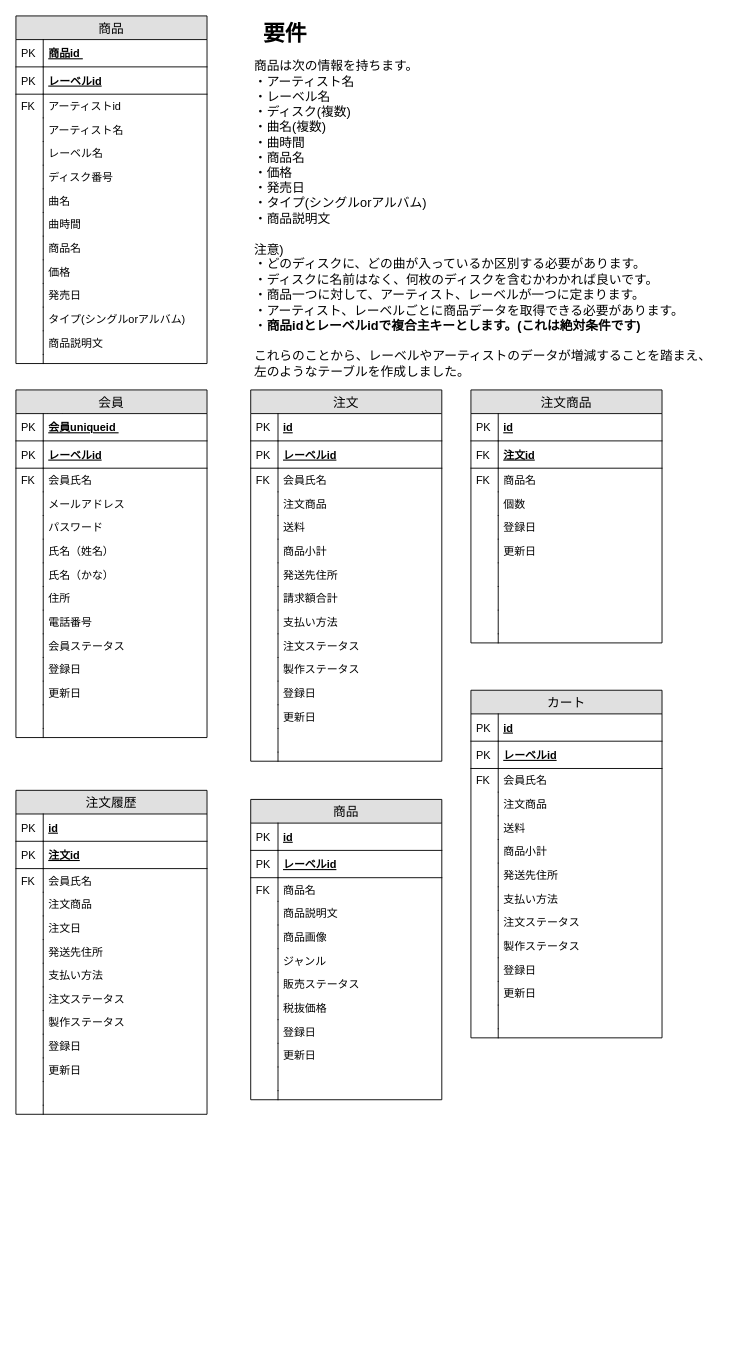
Earlier version of the draw.io diagram page "データ要件_非正規形" (1 of 4) of ER図.drawio (tibisaki67/ECsite). Source tidied: cells renumbered, new cells numbered last; positions are measured from the earlier drawing's top-left corner, leaving out a move shared by most shapes. Both pictures are drawn from the tidied source at 91%, with x=0, y=0 at pixel (15, 15).
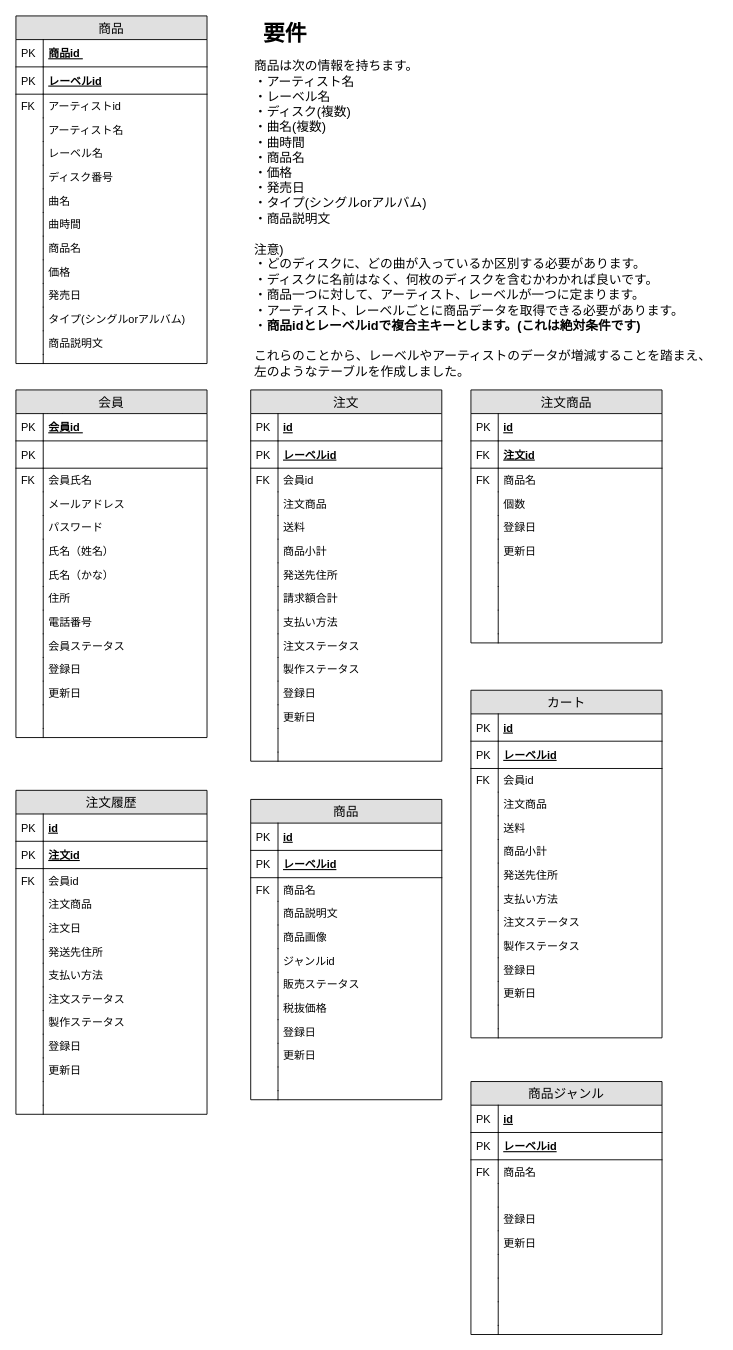
The same page after the edit.

Unchanged cells that the change refers to:
```xml
<mxCell id="34" value="会員" style="swimlane;fontStyle=0;horizontal=1;startSize=26;fillColor=#e0e0e0;swimlaneFillColor=#ffffff;align=center;fontSize=14;" parent="1" vertex="1">
  <mxGeometry y="411" width="210" height="382" as="geometry" />
</mxCell>
<mxCell id="63" value="注文" style="swimlane;fontStyle=0;horizontal=1;startSize=26;fillColor=#e0e0e0;swimlaneFillColor=#ffffff;align=center;fontSize=14;" parent="1" vertex="1">
  <mxGeometry x="258" y="411" width="210" height="408" as="geometry" />
</mxCell>
<mxCell id="115" value="商品" style="swimlane;fontStyle=0;horizontal=1;startSize=26;fillColor=#e0e0e0;swimlaneFillColor=#ffffff;align=center;fontSize=14;" parent="1" vertex="1">
  <mxGeometry x="258" y="861" width="210" height="330" as="geometry" />
</mxCell>
<mxCell id="140" value="カート" style="swimlane;fontStyle=0;horizontal=1;startSize=26;fillColor=#e0e0e0;swimlaneFillColor=#ffffff;align=center;fontSize=14;" parent="1" vertex="1">
  <mxGeometry x="500" y="741" width="210" height="382" as="geometry" />
</mxCell>
<mxCell id="169" value="注文履歴" style="swimlane;fontStyle=0;horizontal=1;startSize=26;fillColor=#e0e0e0;swimlaneFillColor=#ffffff;align=center;fontSize=14;" parent="1" vertex="1">
  <mxGeometry y="851" width="210" height="356" as="geometry" />
</mxCell>
```

Diff of the diagram source:
```diff
@@
-    <mxCell id="35" value="会員uniqueid " style="shape=partialRectangle;top=0;left=0;right=0;bottom=1;align=left;verticalAlign=middle;fillColor=none;spacingLeft=34;spacingRight=4;overflow=hidden;fontStyle=5;fontSize=12;" parent="34" vertex="1">
+    <mxCell id="35" value="会員id " style="shape=partialRectangle;top=0;left=0;right=0;bottom=1;align=left;verticalAlign=middle;fillColor=none;spacingLeft=34;spacingRight=4;overflow=hidden;fontStyle=5;fontSize=12;" parent="34" vertex="1">
       <mxGeometry y="26" width="210" height="30" as="geometry" />
     </mxCell>
@@
-    <mxCell id="37" value="レーベルid" style="shape=partialRectangle;top=0;left=0;right=0;bottom=1;align=left;verticalAlign=middle;fillColor=none;spacingLeft=34;spacingRight=4;overflow=hidden;fontStyle=5;fontSize=12;" parent="34" vertex="1">
+    <mxCell id="37" style="shape=partialRectangle;top=0;left=0;right=0;bottom=1;align=left;verticalAlign=middle;fillColor=none;spacingLeft=34;spacingRight=4;overflow=hidden;fontStyle=5;fontSize=12;" parent="34" vertex="1">
       <mxGeometry y="56" width="210" height="30" as="geometry" />
     </mxCell>
@@
-    <mxCell id="68" value="会員氏名" style="shape=partialRectangle;top=0;left=0;right=0;bottom=0;align=left;verticalAlign=top;fillColor=none;spacingLeft=34;spacingRight=4;overflow=hidden;fontSize=12;" parent="63" vertex="1">
+    <mxCell id="68" value="会員id" style="shape=partialRectangle;top=0;left=0;right=0;bottom=0;align=left;verticalAlign=top;fillColor=none;spacingLeft=34;spacingRight=4;overflow=hidden;fontSize=12;" parent="63" vertex="1">
       <mxGeometry y="86" width="210" height="26" as="geometry" />
     </mxCell>
@@
-    <mxCell id="126" value="ジャンル" style="shape=partialRectangle;top=0;left=0;right=0;bottom=0;align=left;verticalAlign=top;fillColor=none;spacingLeft=34;spacingRight=4;overflow=hidden;fontSize=12;" parent="115" vertex="1">
+    <mxCell id="126" value="ジャンルid" style="shape=partialRectangle;top=0;left=0;right=0;bottom=0;align=left;verticalAlign=top;fillColor=none;spacingLeft=34;spacingRight=4;overflow=hidden;fontSize=12;" parent="115" vertex="1">
       <mxGeometry y="164" width="210" height="26" as="geometry" />
     </mxCell>
@@
-    <mxCell id="145" value="会員氏名" style="shape=partialRectangle;top=0;left=0;right=0;bottom=0;align=left;verticalAlign=top;fillColor=none;spacingLeft=34;spacingRight=4;overflow=hidden;fontSize=12;" parent="140" vertex="1">
+    <mxCell id="145" value="会員id" style="shape=partialRectangle;top=0;left=0;right=0;bottom=0;align=left;verticalAlign=top;fillColor=none;spacingLeft=34;spacingRight=4;overflow=hidden;fontSize=12;" parent="140" vertex="1">
       <mxGeometry y="86" width="210" height="26" as="geometry" />
     </mxCell>
@@
-    <mxCell id="174" value="会員氏名" style="shape=partialRectangle;top=0;left=0;right=0;bottom=0;align=left;verticalAlign=top;fillColor=none;spacingLeft=34;spacingRight=4;overflow=hidden;fontSize=12;" parent="169" vertex="1">
+    <mxCell id="174" value="会員id" style="shape=partialRectangle;top=0;left=0;right=0;bottom=0;align=left;verticalAlign=top;fillColor=none;spacingLeft=34;spacingRight=4;overflow=hidden;fontSize=12;" parent="169" vertex="1">
       <mxGeometry y="86" width="210" height="26" as="geometry" />
     </mxCell>
@@
+    <mxCell id="196" value="商品ジャンル" style="swimlane;fontStyle=0;horizontal=1;startSize=26;fillColor=#e0e0e0;swimlaneFillColor=#ffffff;align=center;fontSize=14;" parent="1" vertex="1">
+      <mxGeometry x="500" y="1171" width="210" height="278" as="geometry" />
+    </mxCell>
+    <mxCell id="197" value="id" style="shape=partialRectangle;top=0;left=0;right=0;bottom=1;align=left;verticalAlign=middle;fillColor=none;spacingLeft=34;spacingRight=4;overflow=hidden;fontStyle=5;fontSize=12;" parent="196" vertex="1">
+      <mxGeometry y="26" width="210" height="30" as="geometry" />
+    </mxCell>
+    <mxCell id="198" value="PK" style="shape=partialRectangle;top=0;left=0;bottom=0;fillColor=none;align=left;verticalAlign=middle;spacingLeft=4;spacingRight=4;overflow=hidden;fontSize=12;" parent="197" vertex="1">
+      <mxGeometry width="30" height="30" as="geometry" />
+    </mxCell>
+    <mxCell id="199" value="レーベルid" style="shape=partialRectangle;top=0;left=0;right=0;bottom=1;align=left;verticalAlign=middle;fillColor=none;spacingLeft=34;spacingRight=4;overflow=hidden;fontStyle=5;fontSize=12;" parent="196" vertex="1">
+      <mxGeometry y="56" width="210" height="30" as="geometry" />
+    </mxCell>
+    <mxCell id="200" value="PK" style="shape=partialRectangle;top=0;left=0;bottom=0;fillColor=none;align=left;verticalAlign=middle;spacingLeft=4;spacingRight=4;overflow=hidden;fontSize=12;" parent="199" vertex="1">
+      <mxGeometry width="30" height="30" as="geometry" />
+    </mxCell>
+    <mxCell id="201" value="商品名" style="shape=partialRectangle;top=0;left=0;right=0;bottom=0;align=left;verticalAlign=top;fillColor=none;spacingLeft=34;spacingRight=4;overflow=hidden;fontSize=12;" parent="196" vertex="1">
+      <mxGeometry y="86" width="210" height="26" as="geometry" />
+    </mxCell>
+    <mxCell id="202" value="FK" style="shape=partialRectangle;top=0;left=0;bottom=0;fillColor=none;align=left;verticalAlign=top;spacingLeft=4;spacingRight=4;overflow=hidden;fontSize=12;" parent="201" vertex="1">
+      <mxGeometry width="30" height="26" as="geometry" />
+    </mxCell>
+    <mxCell id="203" style="shape=partialRectangle;top=0;left=0;right=0;bottom=0;align=left;verticalAlign=top;fillColor=none;spacingLeft=34;spacingRight=4;overflow=hidden;fontSize=12;" parent="196" vertex="1">
+      <mxGeometry y="112" width="210" height="26" as="geometry" />
+    </mxCell>
+    <mxCell id="204" style="shape=partialRectangle;top=0;left=0;bottom=0;fillColor=none;align=left;verticalAlign=top;spacingLeft=4;spacingRight=4;overflow=hidden;fontSize=12;" parent="203" vertex="1">
+      <mxGeometry width="30" height="26" as="geometry" />
+    </mxCell>
+    <mxCell id="205" value="登録日" style="shape=partialRectangle;top=0;left=0;right=0;bottom=0;align=left;verticalAlign=top;fillColor=none;spacingLeft=34;spacingRight=4;overflow=hidden;fontSize=12;" parent="196" vertex="1">
+      <mxGeometry y="138" width="210" height="26" as="geometry" />
+    </mxCell>
+    <mxCell id="206" style="shape=partialRectangle;top=0;left=0;bottom=0;fillColor=none;align=left;verticalAlign=top;spacingLeft=4;spacingRight=4;overflow=hidden;fontSize=12;" parent="205" vertex="1">
+      <mxGeometry width="30" height="26" as="geometry" />
+    </mxCell>
+    <mxCell id="207" value="更新日" style="shape=partialRectangle;top=0;left=0;right=0;bottom=0;align=left;verticalAlign=top;fillColor=none;spacingLeft=34;spacingRight=4;overflow=hidden;fontSize=12;" parent="196" vertex="1">
+      <mxGeometry y="164" width="210" height="26" as="geometry" />
+    </mxCell>
+    <mxCell id="208" style="shape=partialRectangle;top=0;left=0;bottom=0;fillColor=none;align=left;verticalAlign=top;spacingLeft=4;spacingRight=4;overflow=hidden;fontSize=12;" parent="207" vertex="1">
+      <mxGeometry width="30" height="26" as="geometry" />
+    </mxCell>
+    <mxCell id="209" style="shape=partialRectangle;top=0;left=0;right=0;bottom=0;align=left;verticalAlign=top;fillColor=none;spacingLeft=34;spacingRight=4;overflow=hidden;fontSize=12;" parent="196" vertex="1">
+      <mxGeometry y="190" width="210" height="26" as="geometry" />
+    </mxCell>
+    <mxCell id="210" style="shape=partialRectangle;top=0;left=0;bottom=0;fillColor=none;align=left;verticalAlign=top;spacingLeft=4;spacingRight=4;overflow=hidden;fontSize=12;" parent="209" vertex="1">
+      <mxGeometry width="30" height="26" as="geometry" />
+    </mxCell>
+    <mxCell id="211" style="shape=partialRectangle;top=0;left=0;right=0;bottom=0;align=left;verticalAlign=top;fillColor=none;spacingLeft=34;spacingRight=4;overflow=hidden;fontSize=12;" parent="196" vertex="1">
+      <mxGeometry y="216" width="210" height="26" as="geometry" />
+    </mxCell>
+    <mxCell id="212" style="shape=partialRectangle;top=0;left=0;bottom=0;fillColor=none;align=left;verticalAlign=top;spacingLeft=4;spacingRight=4;overflow=hidden;fontSize=12;" parent="211" vertex="1">
+      <mxGeometry width="30" height="26" as="geometry" />
+    </mxCell>
+    <mxCell id="213" style="shape=partialRectangle;top=0;left=0;right=0;bottom=0;align=left;verticalAlign=top;fillColor=none;spacingLeft=34;spacingRight=4;overflow=hidden;fontSize=12;" parent="196" vertex="1">
+      <mxGeometry y="242" width="210" height="26" as="geometry" />
+    </mxCell>
+    <mxCell id="214" style="shape=partialRectangle;top=0;left=0;bottom=0;fillColor=none;align=left;verticalAlign=top;spacingLeft=4;spacingRight=4;overflow=hidden;fontSize=12;" parent="213" vertex="1">
+      <mxGeometry width="30" height="26" as="geometry" />
+    </mxCell>
+    <mxCell id="215" style="shape=partialRectangle;top=0;left=0;right=0;bottom=0;align=left;verticalAlign=top;fillColor=none;spacingLeft=34;spacingRight=4;overflow=hidden;fontSize=12;" parent="196" vertex="1">
+      <mxGeometry y="268" width="210" height="10" as="geometry" />
+    </mxCell>
+    <mxCell id="216" style="shape=partialRectangle;top=0;left=0;bottom=0;fillColor=none;align=left;verticalAlign=top;spacingLeft=4;spacingRight=4;overflow=hidden;fontSize=12;" parent="215" vertex="1">
+      <mxGeometry width="30" height="10" as="geometry" />
+    </mxCell>
```
